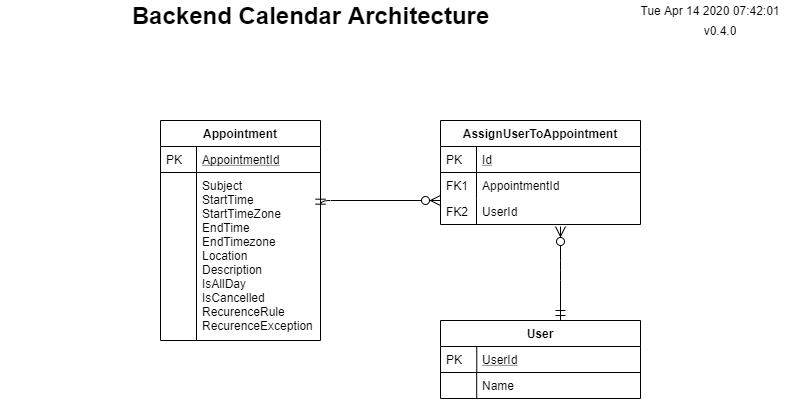
This is documentation/architecture/Telemed Calendar solution.png from TelemedDevGroup/TelemedProtoApp, a draw.io export, as it was before one commit. Source tidied: cells renumbered, new cells last; positions are measured from the earlier drawing's top-left corner, leaving out a move shared by most shapes.
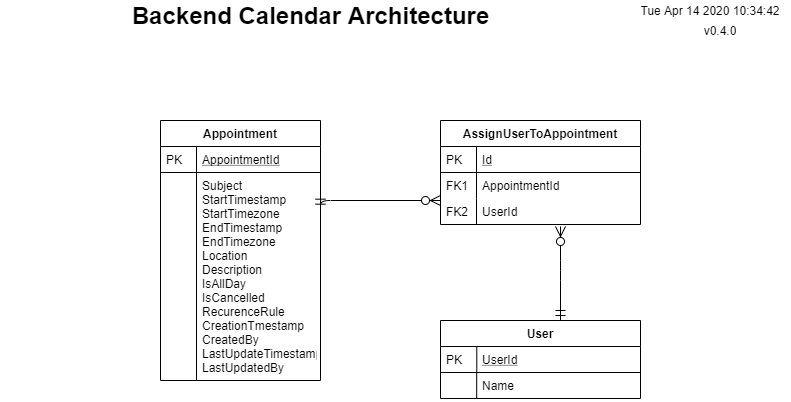
Later version of the same file.

Change to the diagram source:
```diff
@@ -3,7 +3,7 @@
     <mxCell id="0" />
     <mxCell id="1" parent="0" />
     <mxCell id="2" value="Appointment" style="swimlane;fontStyle=1;horizontal=1;startSize=26;rounded=0;shadow=0;strokeWidth=1;" parent="1" vertex="1">
-      <mxGeometry x="160" y="120" width="160" height="220" as="geometry" />
+      <mxGeometry x="160" y="120" width="160" height="260" as="geometry" />
     </mxCell>
     <mxCell id="3" value="AppointmentId" style="shape=partialRectangle;top=0;left=0;right=0;bottom=1;align=left;verticalAlign=top;fillColor=none;spacingLeft=40;spacingRight=4;overflow=hidden;rounded=0;shadow=0;strokeWidth=1;fontStyle=4;" parent="2" vertex="1">
       <mxGeometry y="26" width="160" height="26" as="geometry" />
@@ -11,11 +11,11 @@
     <mxCell id="4" value="PK" style="shape=partialRectangle;top=0;left=0;bottom=0;fillColor=none;align=left;verticalAlign=top;spacingLeft=4;spacingRight=4;overflow=hidden;" parent="3" vertex="1">
       <mxGeometry width="36" height="26" as="geometry" />
     </mxCell>
-    <mxCell id="5" value="Subject&#10;StartTime&#10;StartTimeZone&#10;EndTime&#10;EndTimezone&#10;Location&#10;Description&#10;IsAllDay&#10;IsCancelled&#10;RecurenceRule&#10;RecurenceException" style="shape=partialRectangle;top=0;left=0;right=0;bottom=0;align=left;verticalAlign=top;fillColor=none;spacingLeft=40;spacingRight=4;overflow=hidden;rounded=0;shadow=0;strokeWidth=1;" parent="2" vertex="1">
-      <mxGeometry y="52" width="160" height="168" as="geometry" />
+    <mxCell id="5" value="Subject&#10;StartTimestamp&#10;StartTimezone&#10;EndTimestamp&#10;EndTimezone&#10;Location&#10;Description&#10;IsAllDay&#10;IsCancelled&#10;RecurenceRule&#10;CreationTmestamp&#10;CreatedBy&#10;LastUpdateTimestamp&#10;LastUpdatedBy&#10;" style="shape=partialRectangle;top=0;left=0;right=0;bottom=0;align=left;verticalAlign=top;fillColor=none;spacingLeft=40;spacingRight=4;overflow=hidden;rounded=0;shadow=0;strokeWidth=1;" parent="2" vertex="1">
+      <mxGeometry y="52" width="160" height="208" as="geometry" />
     </mxCell>
     <mxCell id="6" style="shape=partialRectangle;top=0;left=0;bottom=0;fillColor=none;align=left;verticalAlign=top;spacingLeft=4;spacingRight=4;overflow=hidden;" parent="5" vertex="1">
-      <mxGeometry width="36" height="168" as="geometry" />
+      <mxGeometry width="36" height="208" as="geometry" />
     </mxCell>
     <mxCell id="7" value="Backend Calendar Architecture" style="text;strokeColor=none;fillColor=none;html=1;fontSize=24;fontStyle=1;verticalAlign=middle;align=center;" parent="1" vertex="1">
       <mxGeometry width="620" height="30" as="geometry" />
```
